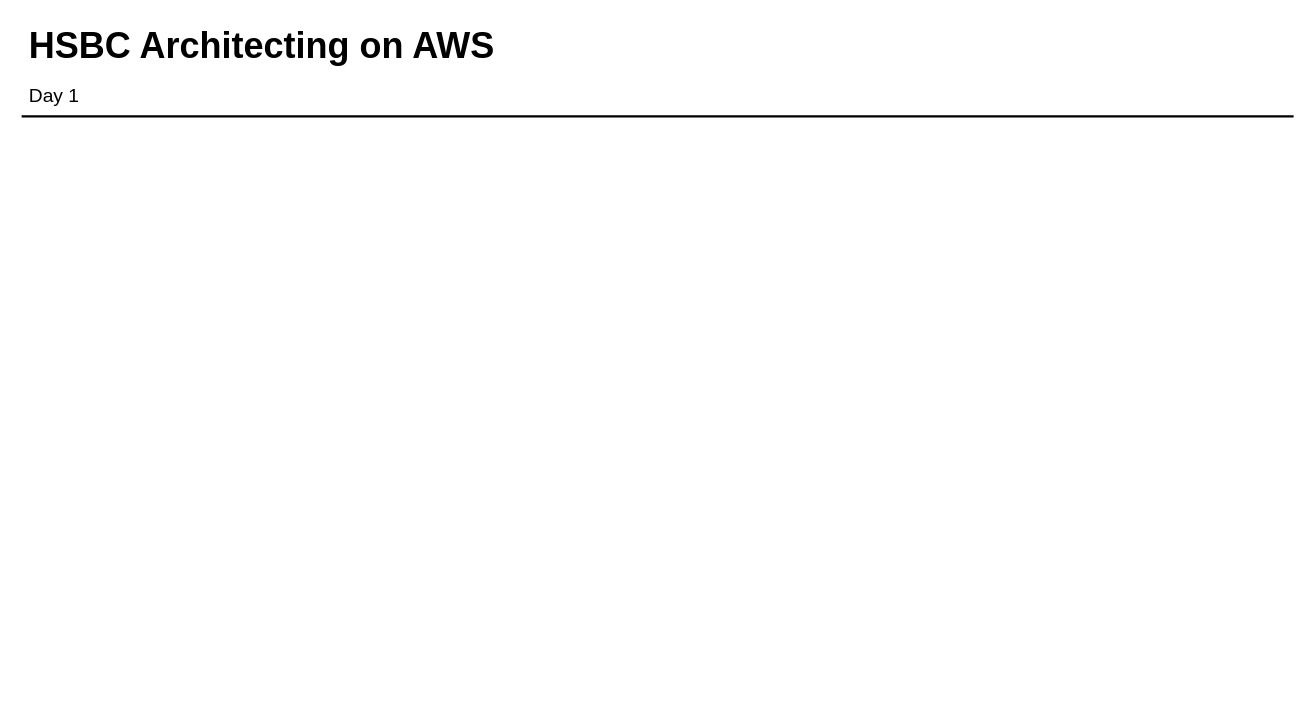
This is page "Page-4" (4 of 8) of 22sep-arch-day1.drawio from taupoali/awsdiagrams, a draw.io file, before an edit. Source tidied: cells renumbered, new cells numbered last; positions are measured from the earlier drawing's top-left corner, leaving out a move shared by most shapes. Both pictures are drawn from the tidied source at 120%, with x=0, y=0 at pixel (20, 19).
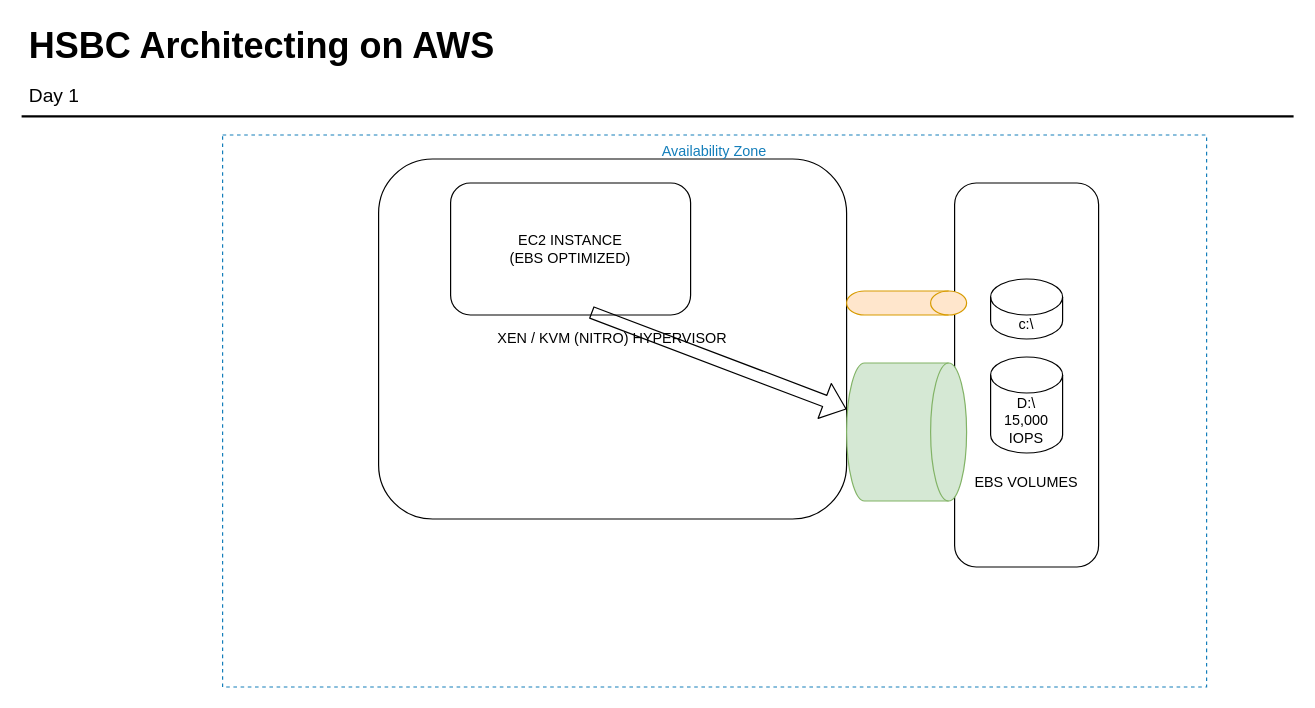
The same diagram, later.

The edit, as a diff of the source:
```diff
@@
 <mxGraphModel>
   <root>
     <mxCell id="0" />
     <mxCell id="1" parent="0" />
+    <mxCell id="5" style="rounded=1;whiteSpace=wrap;html=1;align=left;" parent="1" vertex="1">
+      <mxGeometry x="778" y="136" width="120" height="320" as="geometry" />
+    </mxCell>
+    <mxCell id="6" value="XEN / KVM (NITRO) HYPERVISOR" style="rounded=1;whiteSpace=wrap;html=1;align=center;" parent="1" vertex="1">
+      <mxGeometry x="298" y="116" width="390" height="300" as="geometry" />
+    </mxCell>
     <mxCell id="2" value="HSBC Architecting on AWS" style="text;html=1;align=left;verticalAlign=top;spacingTop=-4;fontSize=30;fontStyle=1;" parent="1" vertex="1">
       <mxGeometry x="4.5" y="0.5" width="400" height="40" as="geometry" />
     </mxCell>
     <mxCell id="3" value="Day 1" style="text;html=1;align=left;verticalAlign=top;spacingTop=-4;fontSize=16;" parent="1" vertex="1">
       <mxGeometry x="4.5" y="50.5" width="60" height="20" as="geometry" />
     </mxCell>
     <mxCell id="4" style="line;strokeWidth=2;html=1;fontSize=14;" parent="1" vertex="1">
       <mxGeometry x="0.5" y="75.5" width="1060" height="10" as="geometry" />
     </mxCell>
+    <mxCell id="7" value="EC2 INSTANCE&lt;br&gt;(EBS OPTIMIZED)" style="rounded=1;whiteSpace=wrap;html=1;align=center;" parent="1" vertex="1">
+      <mxGeometry x="358" y="136" width="200" height="110" as="geometry" />
+    </mxCell>
+    <mxCell id="8" value="c:\" style="shape=cylinder3;whiteSpace=wrap;html=1;boundedLbl=1;backgroundOutline=1;size=15;" parent="1" vertex="1">
+      <mxGeometry x="808" y="216" width="60" height="50" as="geometry" />
+    </mxCell>
+    <mxCell id="9" value="D:\&lt;br&gt;15,000 IOPS" style="shape=cylinder3;whiteSpace=wrap;html=1;boundedLbl=1;backgroundOutline=1;size=15;" parent="1" vertex="1">
+      <mxGeometry x="808" y="281" width="60" height="80" as="geometry" />
+    </mxCell>
+    <mxCell id="10" value="EBS VOLUMES" style="text;html=1;strokeColor=none;fillColor=none;align=center;verticalAlign=middle;whiteSpace=wrap;rounded=0;" parent="1" vertex="1">
+      <mxGeometry x="763" y="376" width="150" height="20" as="geometry" />
+    </mxCell>
+    <mxCell id="11" style="shape=cylinder3;whiteSpace=wrap;html=1;boundedLbl=1;backgroundOutline=1;size=15;rotation=90;fillColor=#ffe6cc;strokeColor=#d79b00;" parent="1" vertex="1">
+      <mxGeometry x="728" y="186" width="20" height="100" as="geometry" />
+    </mxCell>
+    <mxCell id="12" style="shape=cylinder3;whiteSpace=wrap;html=1;boundedLbl=1;backgroundOutline=1;size=15;rotation=90;fillColor=#d5e8d4;strokeColor=#82b366;" parent="1" vertex="1">
+      <mxGeometry x="680.5" y="293.5" width="115" height="100" as="geometry" />
+    </mxCell>
+    <mxCell id="13" style="shape=flexArrow;endArrow=classic;html=1;exitX=0.586;exitY=0.98;exitDx=0;exitDy=0;exitPerimeter=0;" parent="1" edge="1" source="7" target="12">
+      <mxGeometry relative="1" as="geometry" />
+    </mxCell>
+    <mxCell id="14" value="Availability Zone" style="fillColor=none;strokeColor=#147EBA;dashed=1;verticalAlign=top;fontStyle=0;fontColor=#147EBA;" parent="1" vertex="1">
+      <mxGeometry x="168" y="96" width="820" height="460" as="geometry" />
+    </mxCell>
   </root>
 </mxGraphModel>
```
